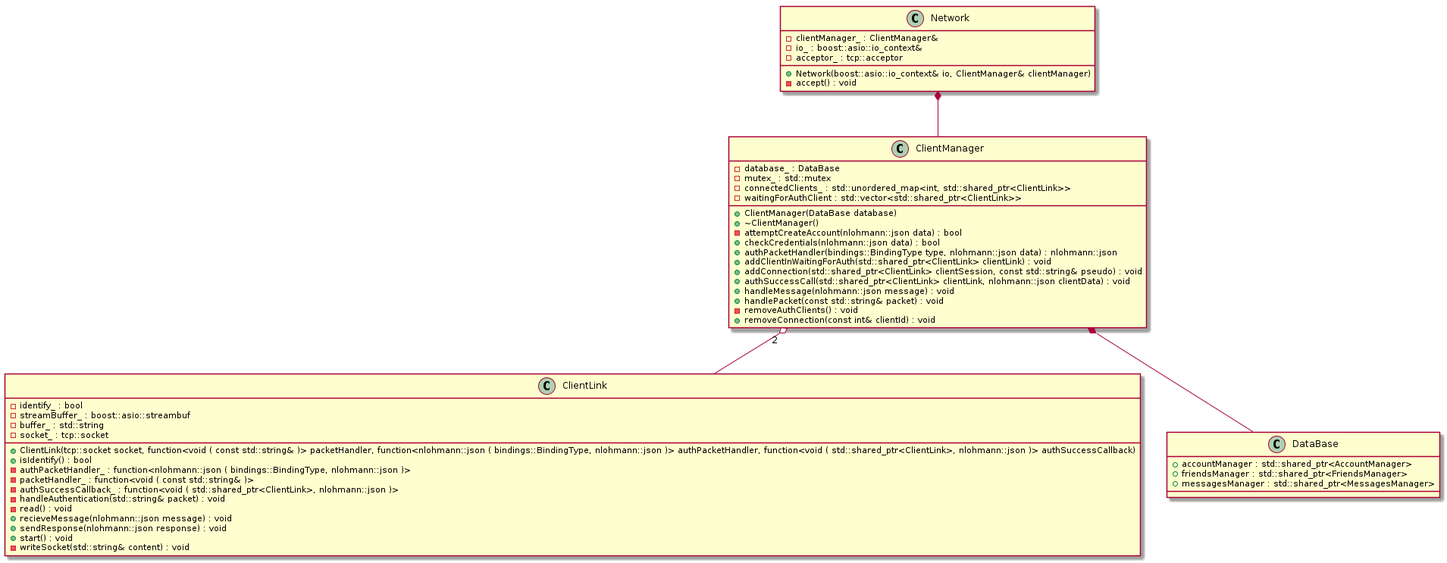
Earlier version of the PlantUML export res/uml/class/NetworkClass.png (ulb-info2-group5/Royal-Blocks). Its source is kept beside it as doc/uml/class/server/NetworkClass.plantuml.
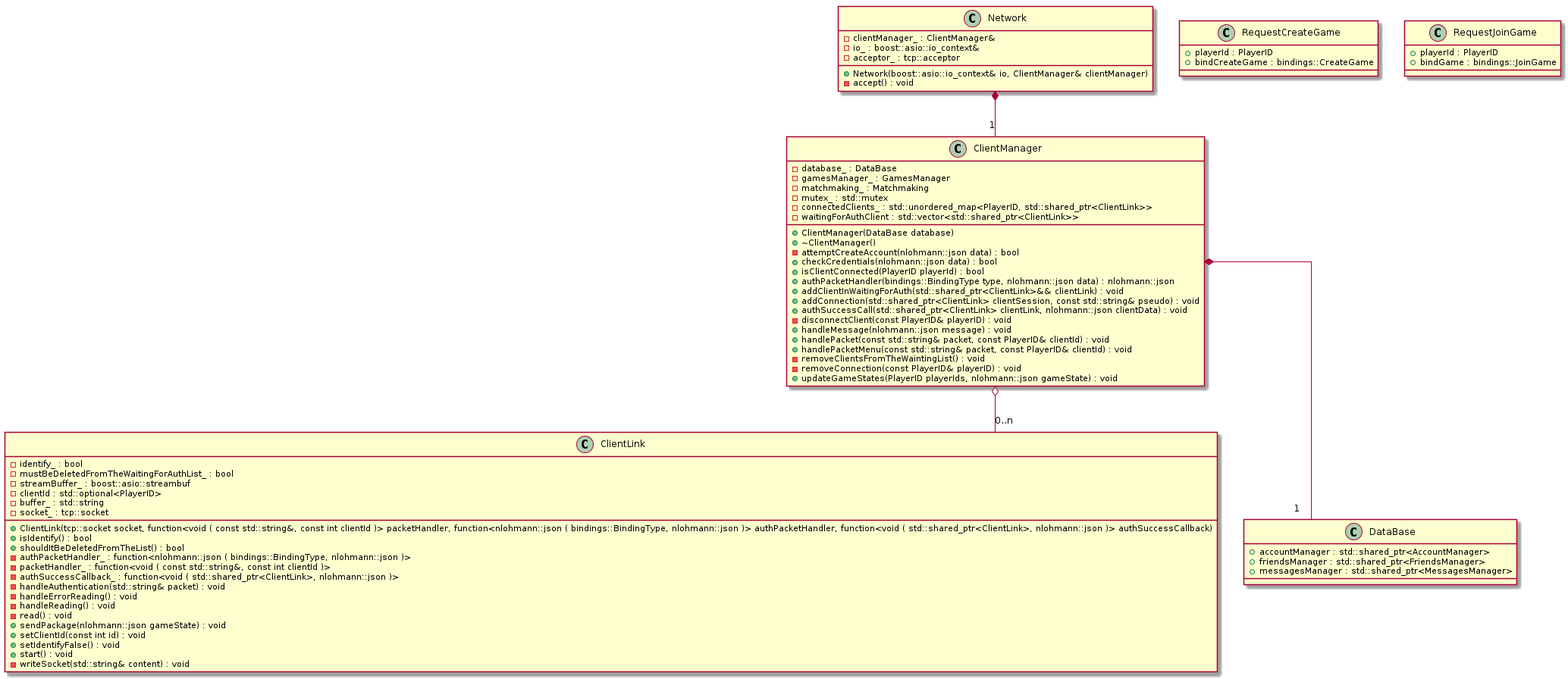
After the change.

Diff of the diagram source:
```diff
@@ -1,24 +1,30 @@
 @startuml NetworkClass
 
 
-
+skinparam linetype ortho
 
 
 
 class ClientLink {
-	+ClientLink(tcp::socket socket, function<void ( const std::string& )> packetHandler, function<nlohmann::json ( bindings::BindingType, nlohmann::json )> authPacketHandler, function<void ( std::shared_ptr<ClientLink>, nlohmann::json )> authSuccessCallback)
+	+ClientLink(tcp::socket socket, function<void ( const std::string&, const int clientId )> packetHandler, function<nlohmann::json ( bindings::BindingType, nlohmann::json )> authPacketHandler, function<void ( std::shared_ptr<ClientLink>, nlohmann::json )> authSuccessCallback)
 	-identify_ : bool
 	+isIdentify() : bool
+	-mustBeDeletedFromTheWaitingForAuthList_ : bool
+	+shouldItBeDeletedFromTheList() : bool
 	-streamBuffer_ : boost::asio::streambuf
 	-authPacketHandler_ : function<nlohmann::json ( bindings::BindingType, nlohmann::json )>
-	-packetHandler_ : function<void ( const std::string& )>
+	-packetHandler_ : function<void ( const std::string&, const int clientId )>
 	-authSuccessCallback_ : function<void ( std::shared_ptr<ClientLink>, nlohmann::json )>
+	-clientId : std::optional<PlayerID>
 	-buffer_ : std::string
 	-socket_ : tcp::socket
 	-handleAuthentication(std::string& packet) : void
+	-handleErrorReading() : void
+	-handleReading() : void
 	-read() : void
-	+recieveMessage(nlohmann::json message) : void
-	+sendResponse(nlohmann::json response) : void
+	+sendPackage(nlohmann::json gameState) : void
+	+setClientId(const int id) : void
+	+setIdentifyFalse() : void
 	+start() : void
 	-writeSocket(std::string& content) : void
 }
@@ -28,19 +34,25 @@
 	+ClientManager(DataBase database)
 	+~ClientManager()
 	-database_ : DataBase
+	-gamesManager_ : GamesManager
+	-matchmaking_ : Matchmaking
 	-attemptCreateAccount(nlohmann::json data) : bool
 	+checkCredentials(nlohmann::json data) : bool
+	+isClientConnected(PlayerID playerId) : bool
 	+authPacketHandler(bindings::BindingType type, nlohmann::json data) : nlohmann::json
 	-mutex_ : std::mutex
-	-connectedClients_ : std::unordered_map<int, std::shared_ptr<ClientLink>>
+	-connectedClients_ : std::unordered_map<PlayerID, std::shared_ptr<ClientLink>>
 	-waitingForAuthClient : std::vector<std::shared_ptr<ClientLink>>
-	+addClientInWaitingForAuth(std::shared_ptr<ClientLink> clientLink) : void
+	+addClientInWaitingForAuth(std::shared_ptr<ClientLink>&& clientLink) : void
 	+addConnection(std::shared_ptr<ClientLink> clientSession, const std::string& pseudo) : void
 	+authSuccessCall(std::shared_ptr<ClientLink> clientLink, nlohmann::json clientData) : void
+	-disconnectClient(const PlayerID& playerID) : void
 	+handleMessage(nlohmann::json message) : void
-	+handlePacket(const std::string& packet) : void
-	-removeAuthClients() : void
-	+removeConnection(const int& clientId) : void
+	+handlePacket(const std::string& packet, const PlayerID& clientId) : void
+	+handlePacketMenu(const std::string& packet, const PlayerID& clientId) : void
+	-removeClientsFromTheWaintingList() : void
+	-removeConnection(const PlayerID& playerID) : void
+	+updateGameStates(PlayerID playerIds, nlohmann::json gameState) : void
 }
 
 
@@ -60,6 +72,16 @@
 }
 
 
+class RequestCreateGame {
+	+playerId : PlayerID
+	+bindCreateGame : bindings::CreateGame
+}
+
+
+class RequestJoinGame {
+	+playerId : PlayerID
+	+bindGame : bindings::JoinGame
+}
 
 
 
@@ -68,17 +90,13 @@
 
 
 
-ClientManager "2" o-- ClientLink
+ClientManager o-- "0..n" ClientLink
 
 
-ClientManager *-- DataBase
+ClientManager *-- "1" DataBase
 
 
-Network *-- ClientManager
-
-
-
-
+Network *-- "1" ClientManager
 
 
 
```
